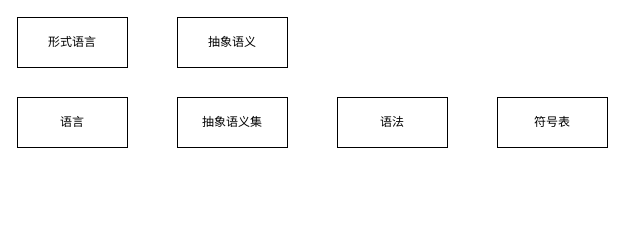
The draw.io diagram page "语言" (2 of 2) of base_model/实体和语言.drawio in cyxm/CodeGenerator, before the edit. Source tidied: cells renumbered, new cells numbered last; positions are measured from the earlier drawing's top-left corner, leaving out a move shared by most shapes. Both pictures are drawn from the tidied source at 100%, with x=0, y=0 at pixel (17, 17).
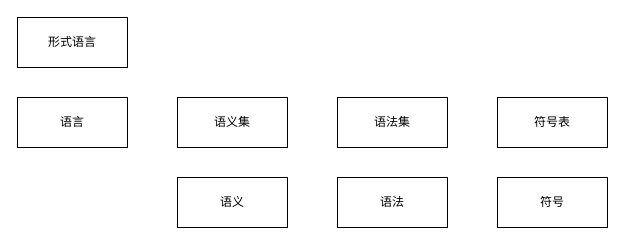
After the change.

What changed in the source:
```diff
@@
 <mxGraphModel>
   <root>
     <mxCell id="0" />
     <mxCell id="1" parent="0" />
     <mxCell id="2" value="形式语言" style="html=1;whiteSpace=wrap;" parent="1" vertex="1">
       <mxGeometry width="110" height="50" as="geometry" />
     </mxCell>
     <mxCell id="3" value="语言" style="html=1;whiteSpace=wrap;" parent="1" vertex="1">
       <mxGeometry y="80" width="110" height="50" as="geometry" />
     </mxCell>
-    <mxCell id="4" value="抽象语义" style="html=1;whiteSpace=wrap;" parent="1" vertex="1">
-      <mxGeometry x="160" width="110" height="50" as="geometry" />
+    <mxCell id="4" value="语义" style="html=1;whiteSpace=wrap;" parent="1" vertex="1">
+      <mxGeometry x="160" y="160" width="110" height="50" as="geometry" />
     </mxCell>
-    <mxCell id="5" value="抽象语义集" style="html=1;whiteSpace=wrap;" parent="1" vertex="1">
+    <mxCell id="5" value="语义集" style="html=1;whiteSpace=wrap;" parent="1" vertex="1">
       <mxGeometry x="160" y="80" width="110" height="50" as="geometry" />
     </mxCell>
     <mxCell id="6" value="语法" style="html=1;whiteSpace=wrap;" parent="1" vertex="1">
-      <mxGeometry x="320" y="80" width="110" height="50" as="geometry" />
+      <mxGeometry x="320" y="160" width="110" height="50" as="geometry" />
     </mxCell>
     <mxCell id="7" value="符号表" style="html=1;whiteSpace=wrap;" parent="1" vertex="1">
       <mxGeometry x="480" y="80" width="110" height="50" as="geometry" />
     </mxCell>
+    <mxCell id="8" value="符号" style="html=1;whiteSpace=wrap;" parent="1" vertex="1">
+      <mxGeometry x="480" y="160" width="110" height="50" as="geometry" />
+    </mxCell>
+    <mxCell id="9" value="语法集" style="html=1;whiteSpace=wrap;" parent="1" vertex="1">
+      <mxGeometry x="320" y="80" width="110" height="50" as="geometry" />
+    </mxCell>
   </root>
 </mxGraphModel>
```
